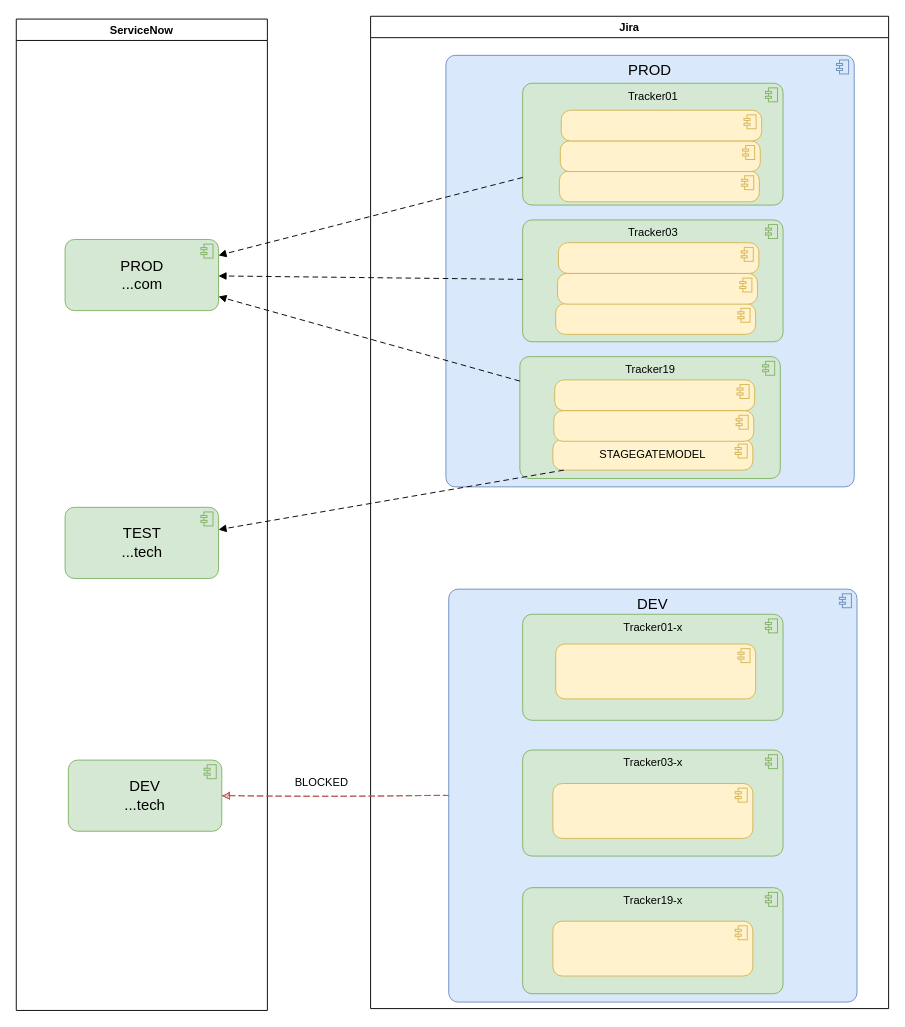
Earlier version of the draw.io diagram page "WebHooks" (4 of 18) of Bosch.drawio (algimas/tmp). Source tidied: cells renumbered, new cells numbered last; positions are measured from the earlier drawing's top-left corner, leaving out a move shared by most shapes. Both pictures are drawn from the tidied source at 93%, with x=0, y=0 at pixel (16, 16).
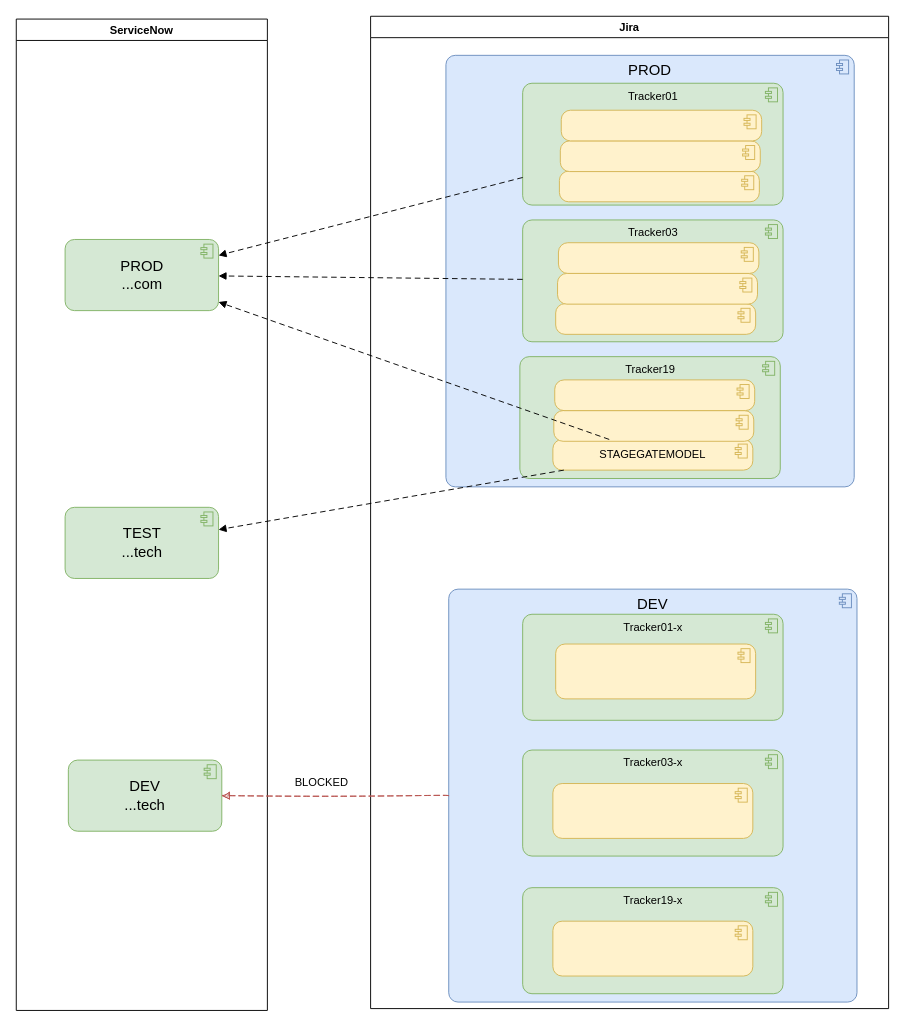
The same page after the edit.

The change refers to these unchanged cells:
```xml
<mxCell id="3" value="PROD&lt;div&gt;...com&lt;/div&gt;" style="html=1;outlineConnect=0;whiteSpace=wrap;fillColor=#d5e8d4;shape=mxgraph.archimate3.application;appType=comp;archiType=rounded;strokeColor=#82b366;verticalAlign=middle;fontStyle=0;fontSize=16;" parent="2" vertex="1">
  <mxGeometry x="52.5" y="237" width="165" height="76.5" as="geometry" />
</mxCell>
<mxCell id="8" value="Tracker19" style="html=1;outlineConnect=0;whiteSpace=wrap;fillColor=#d5e8d4;shape=mxgraph.archimate3.application;appType=comp;archiType=rounded;strokeColor=#82b366;verticalAlign=top;fontStyle=0;fontSize=12;" parent="6" vertex="1">
  <mxGeometry x="160.5" y="366" width="280" height="131" as="geometry" />
</mxCell>
<mxCell id="9" value="STAGEGATEMODEL" style="html=1;outlineConnect=0;whiteSpace=wrap;fillColor=#fff2cc;shape=mxgraph.archimate3.application;appType=comp;archiType=rounded;strokeColor=#d6b656;verticalAlign=middle;fontStyle=0;fontSize=12;" parent="6" vertex="1">
  <mxGeometry x="196" y="455" width="215" height="33" as="geometry" />
</mxCell>
```

Change to the diagram source:
```diff
@@
-    <mxCell id="28" style="html=1;endArrow=block;dashed=1;endFill=1;dashPattern=6 4;rounded=0;fontSize=12;fontStyle=0;elbow=vertical;" parent="1" edge="1" source="8" target="3">
+    <mxCell id="28" style="html=1;endArrow=block;dashed=1;endFill=1;dashPattern=6 4;rounded=0;fontSize=12;fontStyle=0;elbow=vertical;" parent="1" edge="1" source="9" target="3">
       <mxGeometry relative="1" as="geometry" />
     </mxCell>
```
